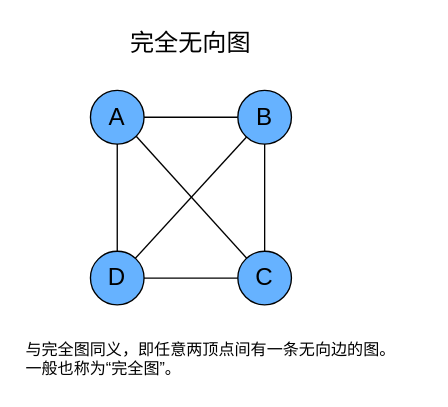
weizhiqimail/draw.io.repo keeps this draw.io diagram as files/data_structure/graph/完全无向图.drawio. Above is the earlier version. Source tidied: cells renumbered, new cells numbered last; positions are measured from the earlier drawing's top-left corner, leaving out a move shared by most shapes. Both pictures are drawn from the tidied source at 134%, with x=0, y=0 at pixel (23, 23).
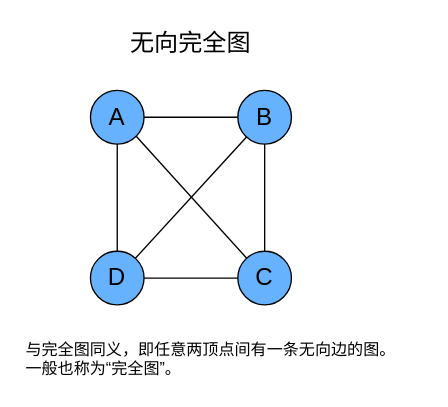
After the change.

Commit message:
更新完全无向图.drawio

What changed in the source:
```diff
@@
 <mxGraphModel>
   <root>
     <mxCell id="0" />
     <mxCell id="1" parent="0" />
     <mxCell id="2" style="rounded=0;jettySize=auto;html=1;endArrow=none;startFill=0;" parent="1" edge="1" source="5" target="8">
       <mxGeometry relative="1" as="geometry" />
     </mxCell>
     <mxCell id="3" style="edgeStyle=none;rounded=0;jettySize=auto;html=1;endArrow=none;startFill=0;" parent="1" edge="1" source="5" target="10">
       <mxGeometry relative="1" as="geometry" />
     </mxCell>
     <mxCell id="4" style="edgeStyle=none;rounded=0;jettySize=auto;html=1;exitX=1;exitY=1;exitDx=0;exitDy=0;endArrow=none;startFill=0;" parent="1" edge="1" source="5" target="11">
       <mxGeometry relative="1" as="geometry" />
     </mxCell>
     <mxCell id="5" value="&lt;font style=&quot;color: rgb(0, 0, 0); font-size: 18px;&quot;&gt;A&lt;/font&gt;" style="ellipse;whiteSpace=wrap;html=1;fillColor=#66B2FF;" parent="1" vertex="1">
       <mxGeometry x="50" y="50" width="40" height="40" as="geometry" />
     </mxCell>
     <mxCell id="6" style="edgeStyle=orthogonalEdgeStyle;rounded=0;jettySize=auto;html=1;endArrow=none;startFill=0;" parent="1" edge="1" source="8" target="11">
       <mxGeometry relative="1" as="geometry">
         <Array as="points">
           <mxPoint x="190" y="70" />
         </Array>
       </mxGeometry>
     </mxCell>
     <mxCell id="7" style="edgeStyle=none;rounded=0;jettySize=auto;html=1;endArrow=none;startFill=0;" parent="1" edge="1" source="8" target="10">
       <mxGeometry relative="1" as="geometry" />
     </mxCell>
     <mxCell id="8" value="&lt;font style=&quot;color: rgb(0, 0, 0); font-size: 18px;&quot;&gt;B&lt;/font&gt;" style="ellipse;whiteSpace=wrap;html=1;fillColor=#66B2FF;" parent="1" vertex="1">
       <mxGeometry x="160" y="50" width="40" height="40" as="geometry" />
     </mxCell>
     <mxCell id="9" style="edgeStyle=none;rounded=0;jettySize=auto;html=1;endArrow=none;startFill=0;" parent="1" edge="1" source="10" target="11">
       <mxGeometry relative="1" as="geometry" />
     </mxCell>
     <mxCell id="10" value="&lt;font style=&quot;color: rgb(0, 0, 0); font-size: 18px;&quot;&gt;D&lt;/font&gt;" style="ellipse;whiteSpace=wrap;html=1;fillColor=#66B2FF;" parent="1" vertex="1">
       <mxGeometry x="50" y="170" width="40" height="40" as="geometry" />
     </mxCell>
     <mxCell id="11" value="&lt;font style=&quot;color: rgb(0, 0, 0); font-size: 18px;&quot;&gt;C&lt;/font&gt;" style="ellipse;whiteSpace=wrap;html=1;fillColor=#66B2FF;" parent="1" vertex="1">
       <mxGeometry x="160" y="170" width="40" height="40" as="geometry" />
     </mxCell>
-    <mxCell id="12" value="&lt;font style=&quot;font-size: 18px;&quot;&gt;完全无向图&lt;/font&gt;" style="text;html=1;align=center;verticalAlign=middle;whiteSpace=wrap;rounded=0;" parent="1" vertex="1">
+    <mxCell id="12" value="&lt;font style=&quot;font-size: 18px;&quot;&gt;无向完全图&lt;/font&gt;" style="text;html=1;align=center;verticalAlign=middle;whiteSpace=wrap;rounded=0;" parent="1" vertex="1">
       <mxGeometry x="60" width="130" height="30" as="geometry" />
     </mxCell>
     <mxCell id="13" value="与完全图同义，即任意两顶点间有一条无向边的图。&#10;一般也称为“完全图”。" style="text;whiteSpace=wrap;" parent="1" vertex="1">
       <mxGeometry y="230" width="300" height="40" as="geometry" />
     </mxCell>
   </root>
 </mxGraphModel>
```
